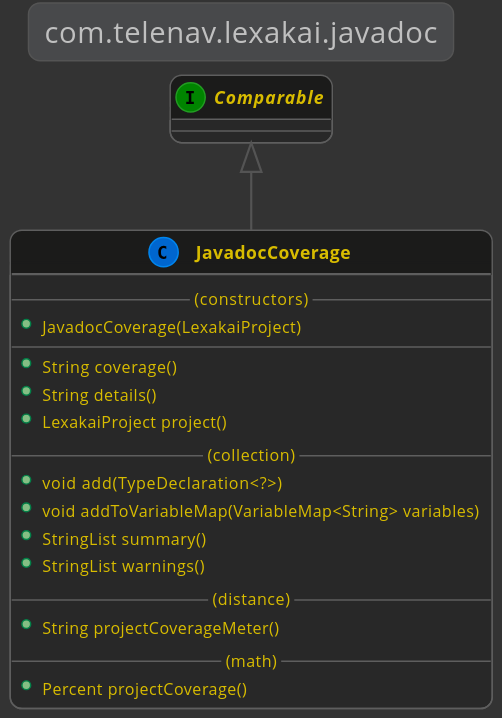
Earlier version of the PlantUML export docs/lexakai/lexakai/documentation/diagrams/com.telenav.lexakai.javadoc.svg (Telenav/lexakai-assets). Source of this version:
```plantuml
@startuml

    !include ../lexakai/lexakai.theme

    title "com.telenav.lexakai.javadoc"

    interface Comparable

    Comparable <|-- JavadocCoverage
    class JavadocCoverage
    {
        --(constructors)--
        +JavadocCoverage(LexakaiProject)
        --
        +String coverage()
        +String details()
        +LexakaiProject project()
        --(collection)--
        +void add(TypeDeclaration<?>)
        +void addToVariableMap(VariableMap<String> variables)
        +StringList summary()
        +StringList warnings()
        --(distance)--
        +String projectCoverageMeter()
        --(math)--
        +Percent projectCoverage()
    }

@enduml
```
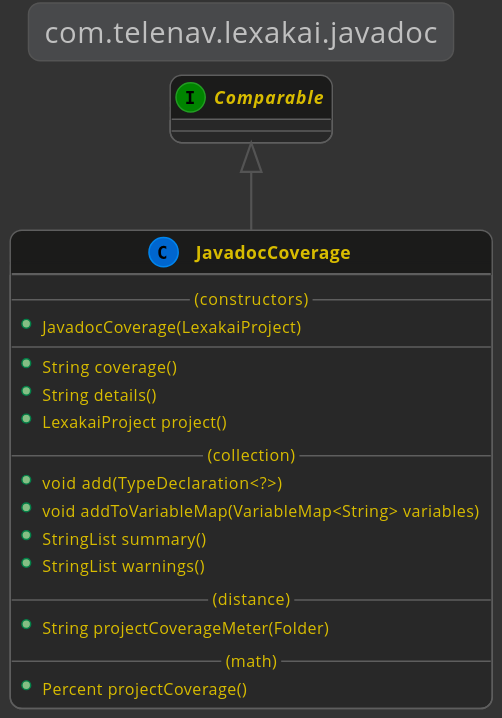
Above is the later version.

Diff of the diagram source:
```diff
@@ -21,7 +21,7 @@
         +StringList summary()
         +StringList warnings()
         --(distance)--
-        +String projectCoverageMeter()
+        +String projectCoverageMeter(Folder)
         --(math)--
         +Percent projectCoverage()
     }
```
